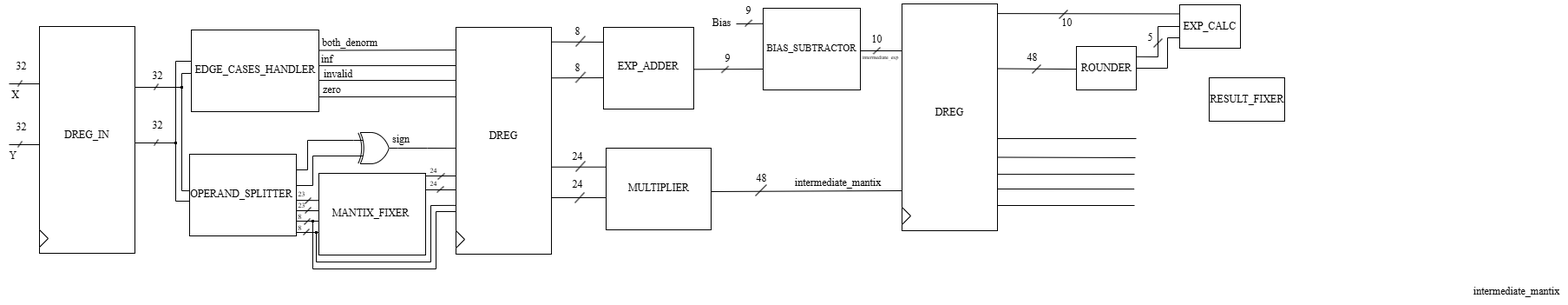
Earlier version of the draw.io export Full architecture.png (altomarigiulio/IEEE-754-Multiplier-Project). Source tidied: cells renumbered, new cells last; positions are measured from the earlier drawing's top-left corner, leaving out a move shared by most shapes.
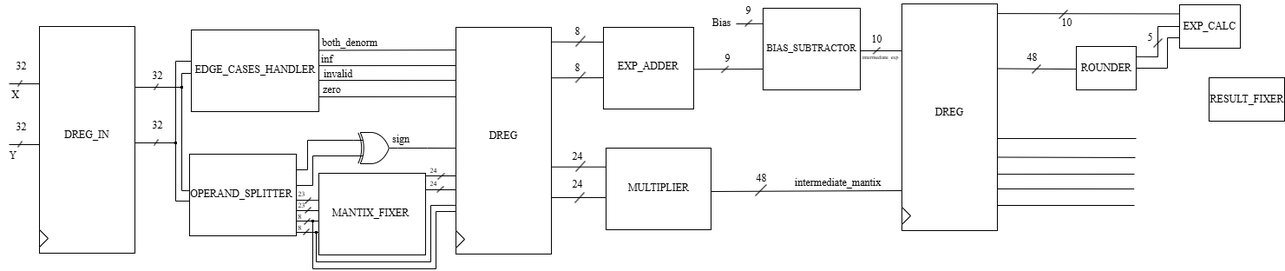
Later version of the same file.

What changed in the source:
```diff
@@ -550,9 +550,6 @@
         <mxPoint x="1306.7" y="218.1" as="targetPoint" />
       </mxGeometry>
     </mxCell>
-    <mxCell id="122" value="&lt;font face=&quot;Latin Modern Roman&quot;&gt;intermediate_mantix&lt;/font&gt;" style="text;html=1;align=center;verticalAlign=middle;strokeColor=none;fillColor=none;" parent="1" vertex="1">
-      <mxGeometry x="1687" y="321" width="120" height="30" as="geometry" />
-    </mxCell>
     <mxCell id="123" style="endArrow=none;html=1;rounded=0;exitX=1;exitY=0.25;exitDx=0;exitDy=0;" parent="1" edge="1">
       <mxGeometry relative="1" as="geometry">
         <mxPoint x="1149" y="160" as="sourcePoint" />
```
